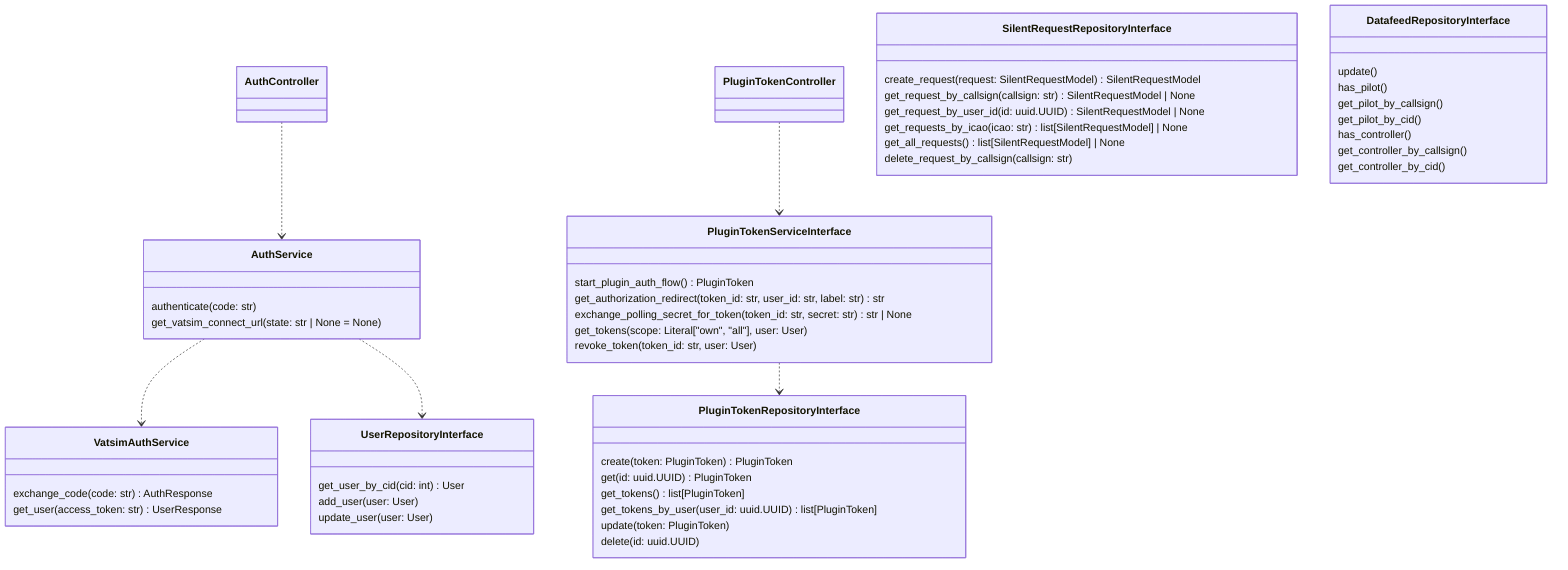
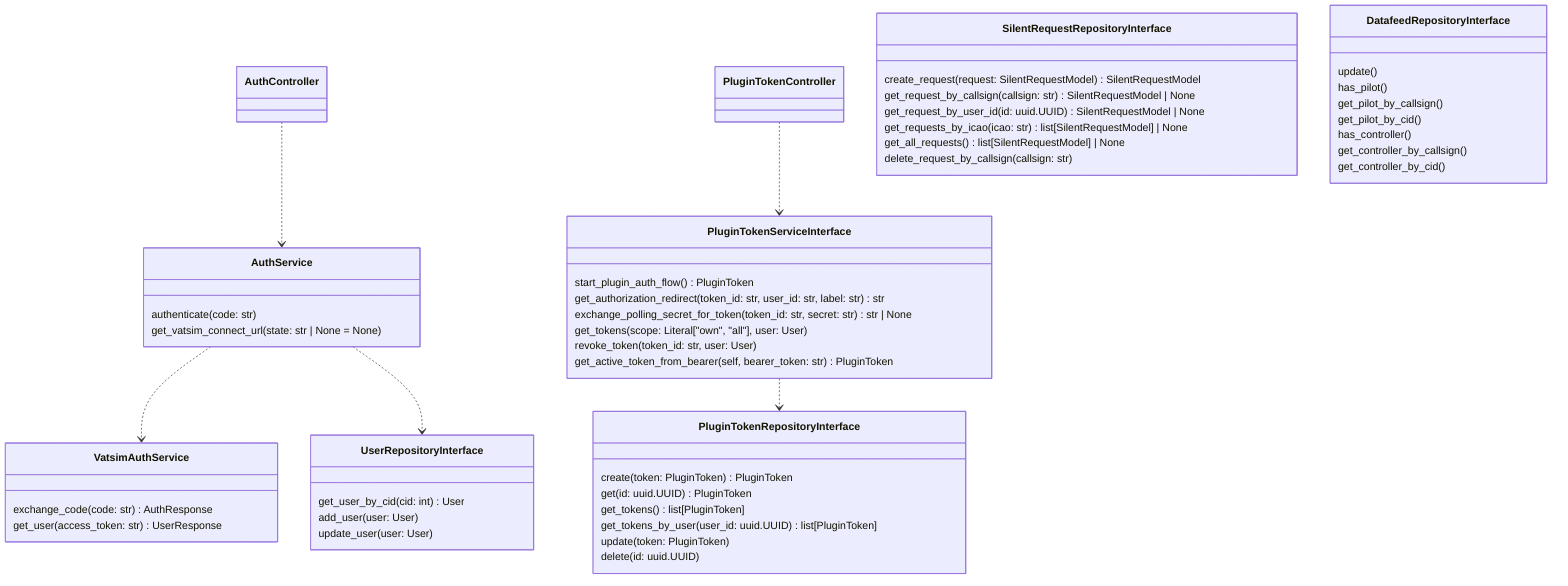
classDiagram
    %% <|--	Inheritance
    %% *--	Composition
    %% o--	Aggregation
    %% -->	Association
    %% --	Link (Solid)
    %% ..>	Dependency
    %% ..|>	Realization
    %% ..	Link (Dashed)

    %% Auth:

    class AuthController {
    }

    AuthController ..> AuthService

    class AuthService {
        authenticate(code: str)
        get_vatsim_connect_url(state: str | None = None)
    }

    AuthService ..> VatsimAuthService
    AuthService ..> UserRepositoryInterface

    class VatsimAuthService {
        exchange_code(code: str) AuthResponse
        get_user(access_token: str) UserResponse
    }

    class UserRepositoryInterface {
        get_user_by_cid(cid: int) User
        add_user(user: User)
        update_user(user: User)
    }

    %% Plugin Token:

    class PluginTokenController {
    }

    PluginTokenController ..> PluginTokenServiceInterface

    class PluginTokenServiceInterface {
        start_plugin_auth_flow() PluginToken
        get_authorization_redirect(token_id: str, user_id: str, label: str) str
        exchange_polling_secret_for_token(token_id: str, secret: str) str | None
        get_tokens(scope: Literal["own", "all"], user: User)
        revoke_token(token_id: str, user: User)
+         get_active_token_from_bearer(self, bearer_token: str) PluginToken
    }

    PluginTokenServiceInterface ..> PluginTokenRepositoryInterface

    class PluginTokenRepositoryInterface {
        create(token: PluginToken) PluginToken
        get(id: uuid.UUID) PluginToken
        get_tokens() list[PluginToken]
        get_tokens_by_user(user_id: uuid.UUID) list[PluginToken]
        update(token: PluginToken)
        delete(id: uuid.UUID)
    }

    %% SilentRequest:

    class SilentRequestRepositoryInterface {
        create_request(request: SilentRequestModel) SilentRequestModel
        get_request_by_callsign(callsign: str) SilentRequestModel | None
        get_request_by_user_id(id: uuid.UUID) SilentRequestModel | None
        get_requests_by_icao(icao: str) list[SilentRequestModel] | None
        get_all_requests() list[SilentRequestModel] | None
        delete_request_by_callsign(callsign: str)
    }

    %% Datafeed:

    class DatafeedRepositoryInterface {
        update()
        has_pilot()
        get_pilot_by_callsign()
        get_pilot_by_cid()
        has_controller()
        get_controller_by_callsign()
        get_controller_by_cid()
    }